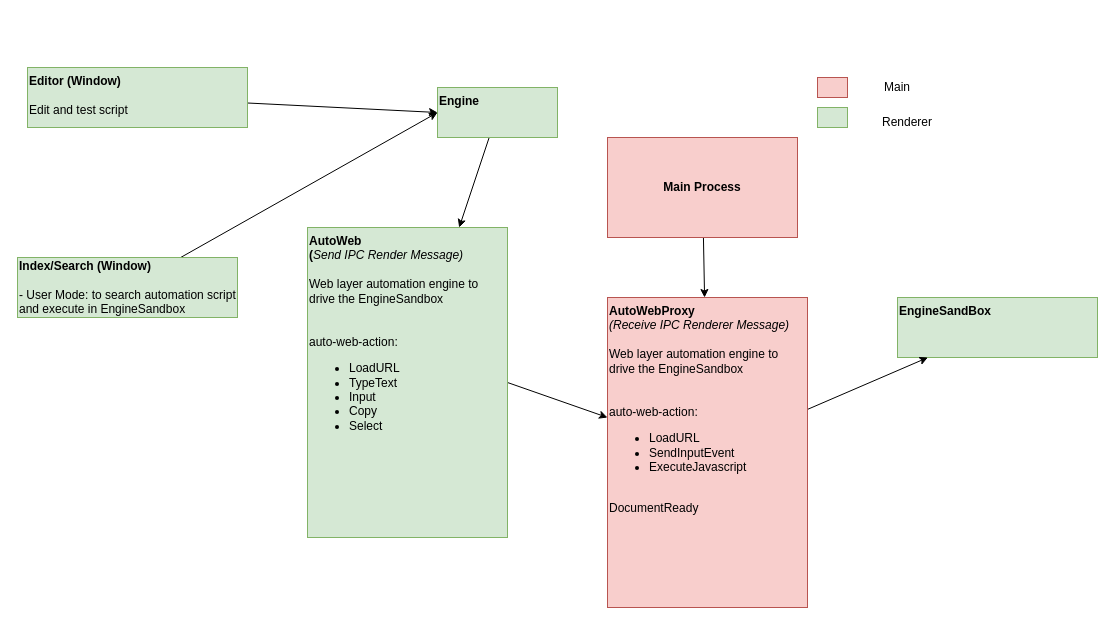
The draw.io diagram documents/design/execution.drawio in polease/AutomazApp, before the edit. Source tidied: cells renumbered, new cells numbered last; positions are measured from the earlier drawing's top-left corner, leaving out a move shared by most shapes. Both pictures are drawn from the tidied source at 100%, with x=0, y=0 at pixel (17, 67).
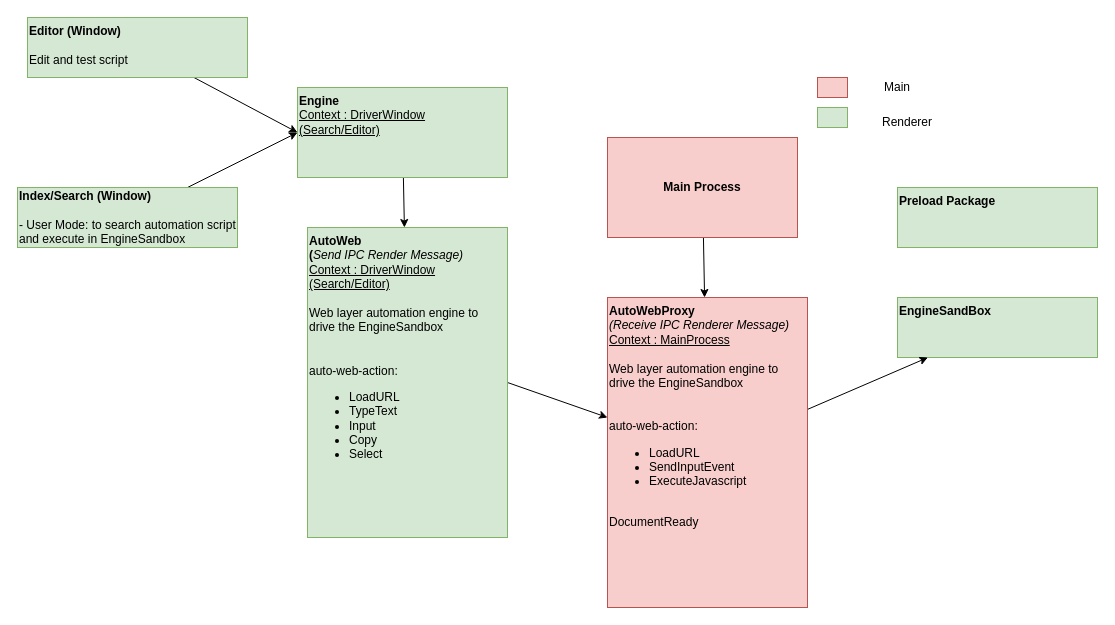
The same diagram, later.

What changed in the source:
```diff
@@
 <mxGraphModel>
   <root>
     <mxCell id="0" />
     <mxCell id="1" parent="0" />
     <mxCell id="2" value="&lt;b&gt;EngineSandBox&amp;nbsp;&lt;/b&gt;" style="rounded=0;whiteSpace=wrap;html=1;fillColor=#d5e8d4;strokeColor=#82b366;verticalAlign=top;align=left;" parent="1" vertex="1">
       <mxGeometry x="880" y="230" width="200" height="60" as="geometry" />
     </mxCell>
     <mxCell id="3" style="edgeStyle=none;html=1;" parent="1" edge="1" source="4" target="18">
       <mxGeometry relative="1" as="geometry" />
     </mxCell>
     <mxCell id="4" value="Main Process" style="rounded=0;whiteSpace=wrap;html=1;fontStyle=1;fillColor=#f8cecc;strokeColor=#b85450;" parent="1" vertex="1">
       <mxGeometry x="590" y="70" width="190" height="100" as="geometry" />
     </mxCell>
     <mxCell id="5" style="edgeStyle=none;html=1;entryX=0;entryY=0.5;entryDx=0;entryDy=0;" parent="1" edge="1" source="6" target="14">
       <mxGeometry relative="1" as="geometry" />
     </mxCell>
     <mxCell id="6" value="&lt;b&gt;Index/Search (Window)&lt;/b&gt;&lt;br&gt;&lt;br&gt;- User Mode: to search automation script and execute in EngineSandbox" style="rounded=0;whiteSpace=wrap;html=1;fillColor=#d5e8d4;strokeColor=#82b366;align=left;" parent="1" vertex="1">
-      <mxGeometry y="190" width="220" height="60" as="geometry" />
+      <mxGeometry y="120" width="220" height="60" as="geometry" />
     </mxCell>
     <mxCell id="7" style="rounded=0;whiteSpace=wrap;html=1;fillColor=#f8cecc;strokeColor=#b85450;" parent="1" vertex="1">
       <mxGeometry x="800" y="10" width="30" height="20" as="geometry" />
     </mxCell>
     <mxCell id="8" style="rounded=0;whiteSpace=wrap;html=1;fillColor=#d5e8d4;strokeColor=#82b366;" parent="1" vertex="1">
       <mxGeometry x="800" y="40" width="30" height="20" as="geometry" />
     </mxCell>
     <mxCell id="9" value="Main" style="text;html=1;strokeColor=none;fillColor=none;align=center;verticalAlign=middle;whiteSpace=wrap;rounded=0;" parent="1" vertex="1">
       <mxGeometry x="850" y="5" width="60" height="30" as="geometry" />
     </mxCell>
     <mxCell id="10" value="Renderer" style="text;html=1;strokeColor=none;fillColor=none;align=center;verticalAlign=middle;whiteSpace=wrap;rounded=0;" parent="1" vertex="1">
       <mxGeometry x="860" y="40" width="60" height="30" as="geometry" />
     </mxCell>
     <mxCell id="11" style="edgeStyle=none;html=1;entryX=0;entryY=0.5;entryDx=0;entryDy=0;" parent="1" edge="1" source="12" target="14">
       <mxGeometry relative="1" as="geometry" />
     </mxCell>
     <mxCell id="12" value="&lt;b&gt;Editor (Window)&lt;/b&gt;&lt;br&gt;&lt;br&gt;Edit and test script" style="rounded=0;whiteSpace=wrap;html=1;fillColor=#d5e8d4;strokeColor=#82b366;align=left;verticalAlign=top;" parent="1" vertex="1">
-      <mxGeometry x="10" width="220" height="60" as="geometry" />
+      <mxGeometry x="10" y="-50" width="220" height="60" as="geometry" />
     </mxCell>
     <mxCell id="13" style="edgeStyle=none;html=1;" parent="1" edge="1" source="14" target="16">
       <mxGeometry relative="1" as="geometry" />
     </mxCell>
-    <mxCell id="14" value="&lt;b&gt;Engine&lt;/b&gt;" style="rounded=0;whiteSpace=wrap;html=1;fillColor=#d5e8d4;strokeColor=#82b366;align=left;verticalAlign=top;" parent="1" vertex="1">
-      <mxGeometry x="420" y="20" width="120" height="50" as="geometry" />
+    <mxCell id="14" value="&lt;b&gt;Engine&lt;br&gt;&lt;/b&gt;&lt;u&gt;Context : DriverWindow (Search/Editor)&lt;/u&gt;&lt;b&gt;&lt;br&gt;&lt;/b&gt;" style="rounded=0;whiteSpace=wrap;html=1;fillColor=#d5e8d4;strokeColor=#82b366;align=left;verticalAlign=top;" parent="1" vertex="1">
+      <mxGeometry x="280" y="20" width="210" height="90" as="geometry" />
     </mxCell>
     <mxCell id="15" style="edgeStyle=none;html=1;exitX=1;exitY=0.5;exitDx=0;exitDy=0;" parent="1" edge="1" source="16" target="18">
       <mxGeometry relative="1" as="geometry" />
     </mxCell>
-    <mxCell id="16" value="&lt;b&gt;AutoWeb&lt;br&gt;(&lt;/b&gt;&lt;i&gt;Send IPC Render Message)&lt;/i&gt;&lt;br&gt;&lt;br&gt;Web layer automation engine to drive the EngineSandbox&amp;nbsp;&lt;br&gt;&lt;br&gt;&lt;br&gt;auto-web-action:&lt;br&gt;&lt;ul&gt;&lt;li&gt;LoadURL&lt;/li&gt;&lt;li&gt;TypeText&lt;/li&gt;&lt;li&gt;Input&lt;/li&gt;&lt;li&gt;Copy&lt;/li&gt;&lt;li&gt;Select&lt;/li&gt;&lt;/ul&gt;&lt;div&gt;&lt;br&gt;&lt;/div&gt;&lt;div&gt;&lt;br&gt;&lt;/div&gt;" style="rounded=0;whiteSpace=wrap;html=1;fillColor=#d5e8d4;strokeColor=#82b366;align=left;verticalAlign=top;" parent="1" vertex="1">
+    <mxCell id="16" value="&lt;b&gt;AutoWeb&lt;br&gt;(&lt;/b&gt;&lt;i&gt;Send IPC Render Message)&lt;br&gt;&lt;/i&gt;&lt;u&gt;Context : DriverWindow (Search/Editor)&lt;/u&gt;&lt;br&gt;&lt;br&gt;Web layer automation engine to drive the EngineSandbox&amp;nbsp;&lt;br&gt;&lt;br&gt;&lt;br&gt;auto-web-action:&lt;br&gt;&lt;ul&gt;&lt;li&gt;LoadURL&lt;/li&gt;&lt;li&gt;TypeText&lt;/li&gt;&lt;li&gt;Input&lt;/li&gt;&lt;li&gt;Copy&lt;/li&gt;&lt;li&gt;Select&lt;/li&gt;&lt;/ul&gt;&lt;div&gt;&lt;br&gt;&lt;/div&gt;&lt;div&gt;&lt;br&gt;&lt;/div&gt;" style="rounded=0;whiteSpace=wrap;html=1;fillColor=#d5e8d4;strokeColor=#82b366;align=left;verticalAlign=top;" parent="1" vertex="1">
       <mxGeometry x="290" y="160" width="200" height="310" as="geometry" />
     </mxCell>
     <mxCell id="17" style="edgeStyle=none;html=1;" parent="1" edge="1" source="18" target="2">
       <mxGeometry relative="1" as="geometry" />
     </mxCell>
-    <mxCell id="18" value="&lt;b&gt;AutoWebProxy&lt;/b&gt;&lt;br&gt;&lt;i&gt;(Receive IPC Renderer Message)&lt;/i&gt;&lt;br&gt;&lt;br&gt;Web layer automation engine to drive the EngineSandbox&amp;nbsp;&lt;br&gt;&lt;br&gt;&lt;br&gt;auto-web-action:&lt;br&gt;&lt;ul&gt;&lt;li&gt;LoadURL&lt;/li&gt;&lt;li&gt;SendInputEvent&lt;/li&gt;&lt;li&gt;ExecuteJavascript&lt;/li&gt;&lt;/ul&gt;&lt;div&gt;&lt;br&gt;&lt;/div&gt;&lt;div&gt;DocumentReady&lt;/div&gt;" style="rounded=0;whiteSpace=wrap;html=1;fillColor=#f8cecc;strokeColor=#b85450;align=left;verticalAlign=top;" parent="1" vertex="1">
+    <mxCell id="18" value="&lt;b&gt;AutoWebProxy&lt;/b&gt;&lt;br&gt;&lt;i&gt;(Receive IPC Renderer Message)&lt;/i&gt;&lt;br&gt;&lt;u&gt;Context : MainProcess&lt;/u&gt;&lt;br&gt;&lt;br&gt;Web layer automation engine to drive the EngineSandbox&amp;nbsp;&lt;br&gt;&lt;br&gt;&lt;br&gt;auto-web-action:&lt;br&gt;&lt;ul&gt;&lt;li&gt;LoadURL&lt;/li&gt;&lt;li&gt;SendInputEvent&lt;/li&gt;&lt;li&gt;ExecuteJavascript&lt;/li&gt;&lt;/ul&gt;&lt;div&gt;&lt;br&gt;&lt;/div&gt;&lt;div&gt;DocumentReady&lt;/div&gt;" style="rounded=0;whiteSpace=wrap;html=1;fillColor=#f8cecc;strokeColor=#b85450;align=left;verticalAlign=top;" parent="1" vertex="1">
       <mxGeometry x="590" y="230" width="200" height="310" as="geometry" />
     </mxCell>
+    <mxCell id="19" value="&lt;b&gt;Preload Package&lt;br&gt;&lt;br&gt;&lt;/b&gt;" style="rounded=0;whiteSpace=wrap;html=1;fillColor=#d5e8d4;strokeColor=#82b366;verticalAlign=top;align=left;" parent="1" vertex="1">
+      <mxGeometry x="880" y="120" width="200" height="60" as="geometry" />
+    </mxCell>
   </root>
 </mxGraphModel>
```
